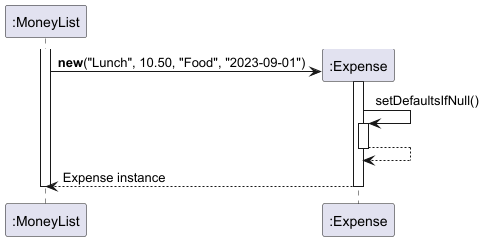
Before: docs/diagrams/Expense_Seq.png, a diagram exported from PlantUML (EdwinTun98/tp).
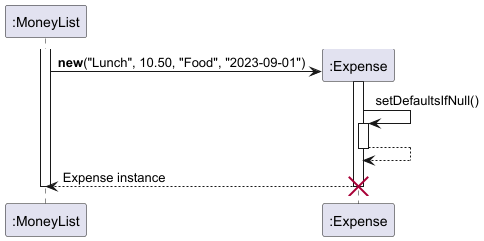
The same file after the commit.

What changed in the source:
```diff
@@ -13,5 +13,6 @@
 
 Expense --> MoneyList : Expense instance
 deactivate Expense
+destroy Expense
 deactivate MoneyList
 @enduml
```
